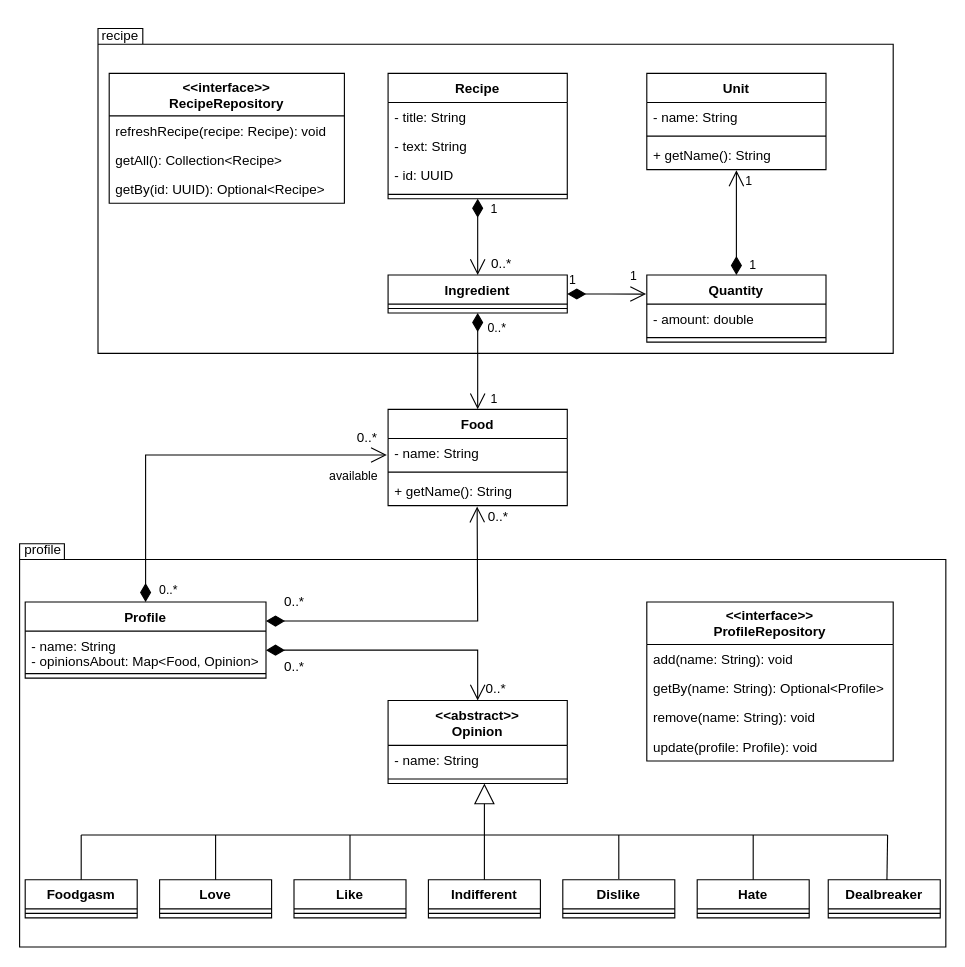
Above: docs/diagrams/domain_uml.drawio in andretrump/quickie (draw.io), before the change. Source tidied: cells renumbered, new cells numbered last; positions are measured from the earlier drawing's top-left corner, leaving out a move shared by most shapes. Both pictures are drawn from the tidied source at 112%, with x=0, y=0 at pixel (19, 19).
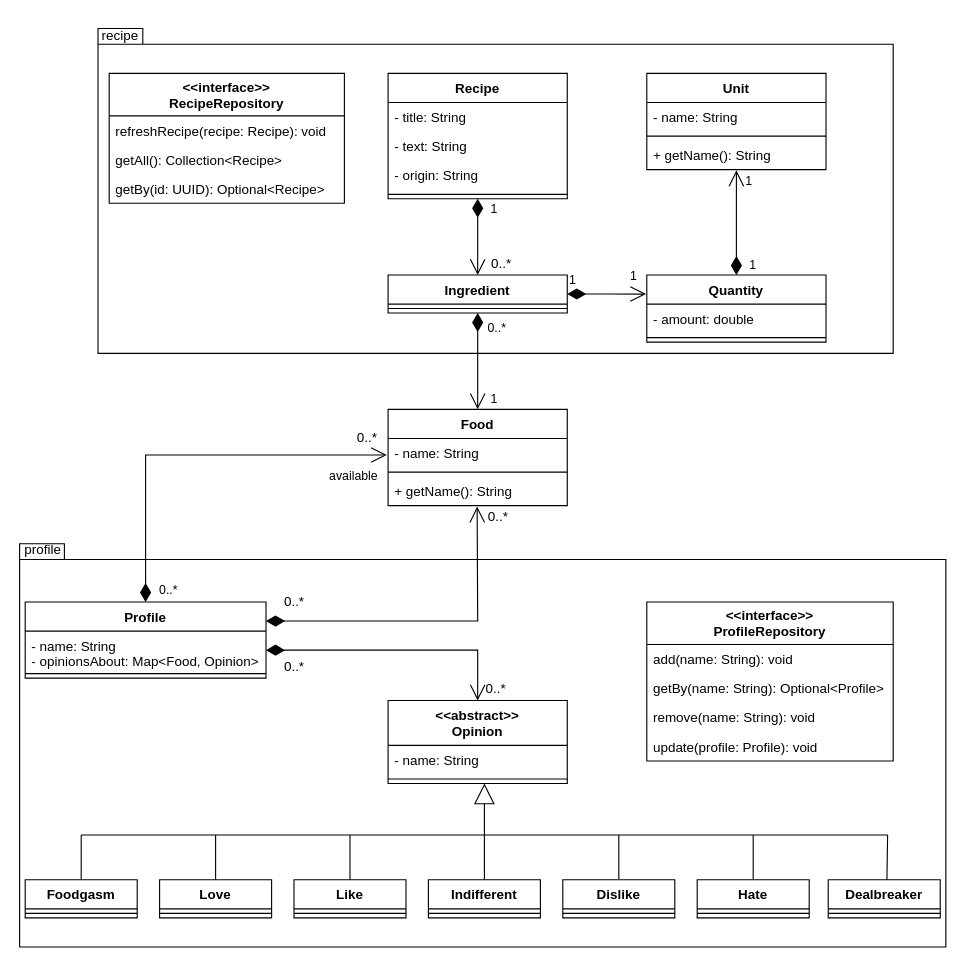
Above is the later version.

Commit message (it also covers changes not shown here):
Fix chapters Clean Architecture, DDD and Programming Principles (#42)

Unchanged cells that the change refers to:
```xml
<mxCell id="23" value="Recipe" style="swimlane;fontStyle=1;align=center;verticalAlign=top;horizontal=1;startSize=26;" parent="1" vertex="1">
  <mxGeometry x="329" y="48" width="160" height="112" as="geometry" />
</mxCell>
```

The edit, as a diff of the source:
```diff
@@
-    <mxCell id="26" value="- id: UUID" style="text;strokeColor=none;fillColor=none;align=left;verticalAlign=top;spacingLeft=4;spacingRight=4;overflow=hidden;" parent="23" vertex="1">
+    <mxCell id="26" value="- origin: String" style="text;strokeColor=none;fillColor=none;align=left;verticalAlign=top;spacingLeft=4;spacingRight=4;overflow=hidden;" parent="23" vertex="1">
       <mxGeometry y="78" width="160" height="26" as="geometry" />
     </mxCell>
```
